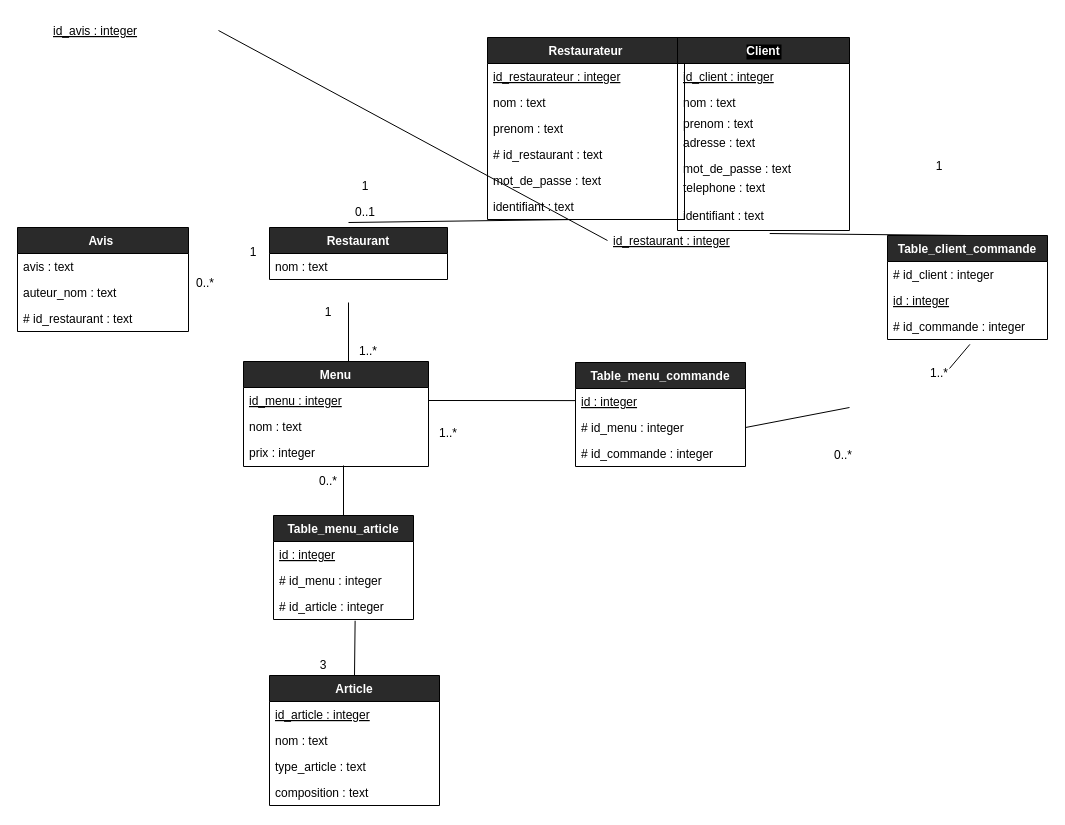
Before: diagrammes/diagramme_logique.drawio in TheAIWizard/Ensaeats, a draw.io diagram. Source tidied: cells renumbered, new cells numbered last; positions are measured from the earlier drawing's top-left corner, leaving out a move shared by most shapes. Both pictures are drawn from the tidied source at 100%, with x=0, y=0 at pixel (17, 17).
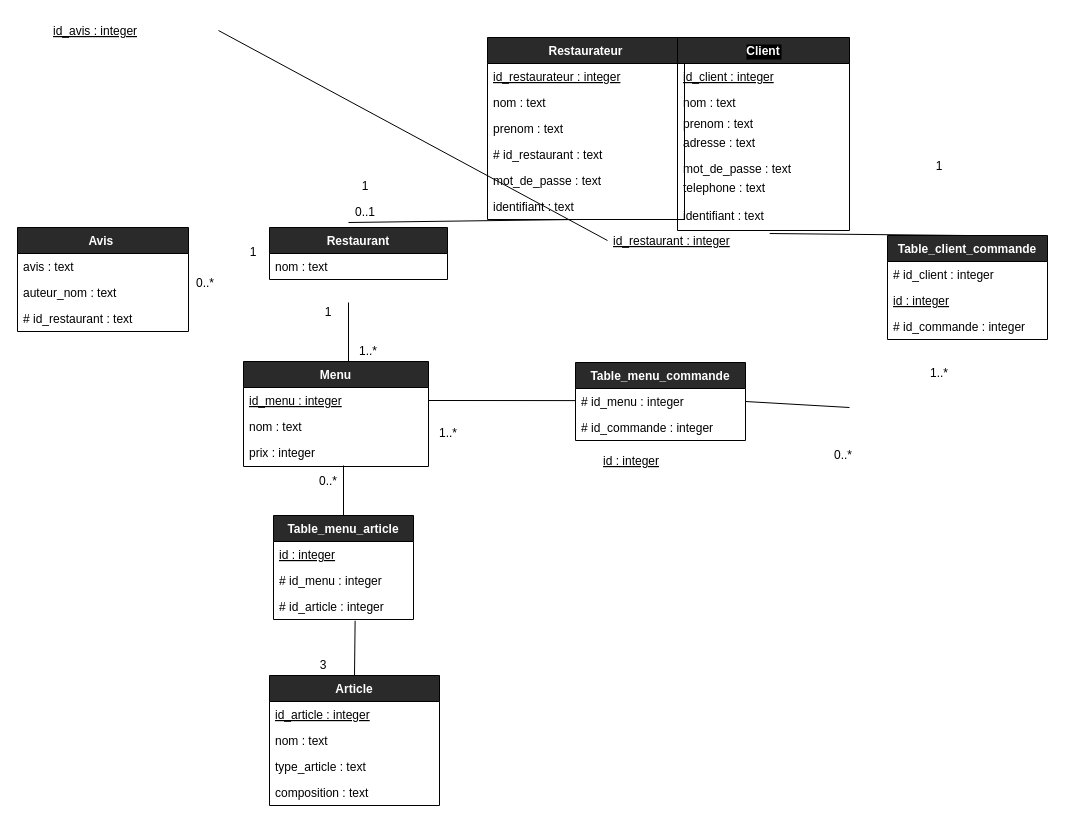
After the change.

The change refers to these unchanged cells:
```xml
<mxCell id="49" value="# id_commande : integer" style="text;strokeColor=none;fillColor=none;align=left;verticalAlign=top;spacingLeft=4;spacingRight=4;overflow=hidden;points=[[0,0.5],[1,0.5]];portConstraint=eastwest;fontColor=#000000;" parent="46" vertex="1">
  <mxGeometry y="78" width="160" height="26" as="geometry" />
</mxCell>
```

Diff of the diagram source:
```diff
@@
-    <mxCell id="50" style="edgeStyle=none;html=1;exitX=0.5;exitY=0;exitDx=0;exitDy=0;entryX=0.515;entryY=1.187;entryDx=0;entryDy=0;entryPerimeter=0;endArrow=none;endFill=0;strokeColor=#000000;" parent="1" edge="1" target="49">
-      <mxGeometry relative="1" as="geometry">
-        <mxPoint x="932" y="351" as="sourcePoint" />
-      </mxGeometry>
-    </mxCell>
@@
     <mxCell id="54" value="Table_menu_commande" style="swimlane;fontStyle=1;horizontal=1;startSize=26;rounded=0;shadow=0;glass=0;sketch=0;fillColor=#2a2a2a;fontColor=#FFFFFF;" parent="1" vertex="1">
-      <mxGeometry x="558" y="345" width="170" height="104" as="geometry" />
+      <mxGeometry x="558" y="345" width="170" height="78" as="geometry" />
     </mxCell>
-    <mxCell id="55" value="id : integer" style="text;strokeColor=none;fillColor=none;align=left;verticalAlign=top;spacingLeft=4;spacingRight=4;overflow=hidden;fontStyle=4;fontColor=#000000;" parent="54" vertex="1">
-      <mxGeometry y="26" width="170" height="26" as="geometry" />
-    </mxCell>
     <mxCell id="56" value="# id_menu : integer" style="text;strokeColor=none;fillColor=none;align=left;verticalAlign=top;spacingLeft=4;spacingRight=4;overflow=hidden;points=[[0,0.5],[1,0.5]];portConstraint=eastwest;fontColor=#000000;" parent="54" vertex="1">
-      <mxGeometry y="52" width="170" height="26" as="geometry" />
+      <mxGeometry y="26" width="170" height="26" as="geometry" />
     </mxCell>
     <mxCell id="57" value="# id_commande : integer" style="text;strokeColor=none;fillColor=none;align=left;verticalAlign=top;spacingLeft=4;spacingRight=4;overflow=hidden;fontColor=#000000;" parent="54" vertex="1">
-      <mxGeometry y="78" width="170" height="26" as="geometry" />
+      <mxGeometry y="52" width="170" height="26" as="geometry" />
     </mxCell>
@@
+    <mxCell id="55" value="id : integer" style="text;strokeColor=none;fillColor=none;align=left;verticalAlign=top;spacingLeft=4;spacingRight=4;overflow=hidden;fontStyle=4;fontColor=#000000;" parent="1" vertex="1">
+      <mxGeometry x="580" y="430" width="170" height="26" as="geometry" />
+    </mxCell>
```
